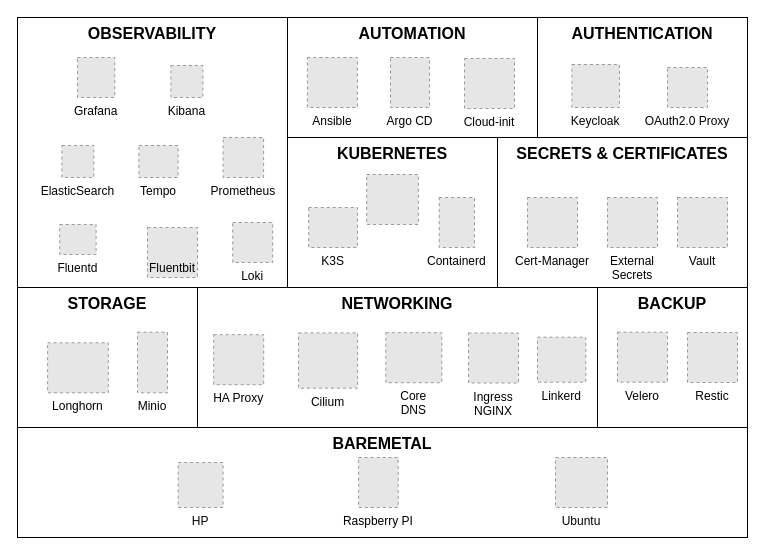
Before: design/picluster-stack.drawio in ricsanfre/pi-cluster, a draw.io diagram. Source tidied: cells renumbered, new cells numbered last; positions are measured from the earlier drawing's top-left corner, leaving out a move shared by most shapes. Both pictures are drawn from the tidied source at 100%, with x=0, y=0 at pixel (17, 17). Pictures stored in the file or linked from it are replaced by grey dashed boxes.
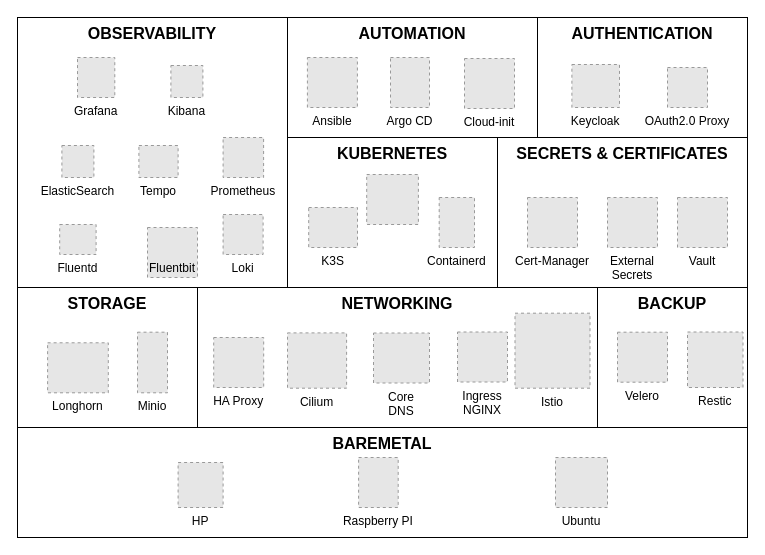
After the change.

Change to the diagram source:
```diff
@@
-    <mxCell id="4" value="Loki" style="fillColor=#E6E6E6;strokeColor=#999999;dashed=1;verticalLabelPosition=bottom;labelBackgroundColor=default;verticalAlign=top;" parent="1" vertex="1">
-      <mxGeometry x="215.2" y="205" width="40" height="40" as="geometry" />
-    </mxCell>
@@
-    <mxCell id="12" value="Restic" style="fillColor=#E6E6E6;strokeColor=#999999;dashed=1;verticalLabelPosition=bottom;labelBackgroundColor=default;verticalAlign=top;" parent="1" vertex="1">
-      <mxGeometry x="670" y="315" width="50" height="50" as="geometry" />
-    </mxCell>
@@
     <mxCell id="18" value="HA Proxy" style="fillColor=#E6E6E6;strokeColor=#999999;dashed=1;verticalLabelPosition=bottom;verticalAlign=top;" parent="1" vertex="1">
-      <mxGeometry x="196.2" y="317.2" width="50" height="50" as="geometry" />
+      <mxGeometry x="196.2" y="320" width="50" height="50" as="geometry" />
     </mxCell>
     <mxCell id="19" value="Core&#10;DNS" style="fillColor=#E6E6E6;strokeColor=#999999;dashed=1;verticalLabelPosition=bottom;verticalAlign=top;" parent="1" vertex="1">
-      <mxGeometry x="368.3" y="315.2" width="56" height="50" as="geometry" />
+      <mxGeometry x="356" y="315.5" width="56" height="50" as="geometry" />
     </mxCell>
     <mxCell id="20" value="Ingress&#10;NGINX" style="fillColor=#E6E6E6;strokeColor=#999999;dashed=1;verticalLabelPosition=bottom;verticalAlign=top;" parent="1" vertex="1">
-      <mxGeometry x="451" y="315.5" width="50" height="50" as="geometry" />
+      <mxGeometry x="440" y="314.5" width="50" height="50" as="geometry" />
     </mxCell>
-    <mxCell id="21" value="Linkerd" style="fillColor=#E6E6E6;strokeColor=#999999;dashed=1;verticalLabelPosition=bottom;verticalAlign=top;" parent="1" vertex="1">
-      <mxGeometry x="520" y="319.7" width="48.3" height="45" as="geometry" />
-    </mxCell>
@@
     <mxCell id="42" value="Cilium" style="fillColor=#E6E6E6;strokeColor=#999999;dashed=1;verticalLabelPosition=bottom;verticalAlign=top;" parent="1" vertex="1">
-      <mxGeometry x="281" y="315.4" width="59.1" height="55.3" as="geometry" />
+      <mxGeometry x="270" y="315.4" width="59.1" height="55.3" as="geometry" />
     </mxCell>
+    <mxCell id="4" value="Loki" style="fillColor=#E6E6E6;strokeColor=#999999;dashed=1;verticalLabelPosition=bottom;labelBackgroundColor=default;verticalAlign=top;" parent="1" vertex="1">
+      <mxGeometry x="205.6" y="197" width="40" height="40" as="geometry" />
+    </mxCell>
+    <mxCell id="12" value="Restic" style="fillColor=#E6E6E6;strokeColor=#999999;dashed=1;verticalLabelPosition=bottom;labelBackgroundColor=default;verticalAlign=top;" parent="1" vertex="1">
+      <mxGeometry x="670" y="314.5" width="55.5" height="55.5" as="geometry" />
+    </mxCell>
+    <mxCell id="43" value="Istio" style="fillColor=#E6E6E6;strokeColor=#999999;dashed=1;verticalLabelPosition=bottom;labelBackgroundColor=default;verticalAlign=top;" parent="1" vertex="1">
+      <mxGeometry x="497.5" y="295.7" width="75" height="75" as="geometry" />
+    </mxCell>
```
